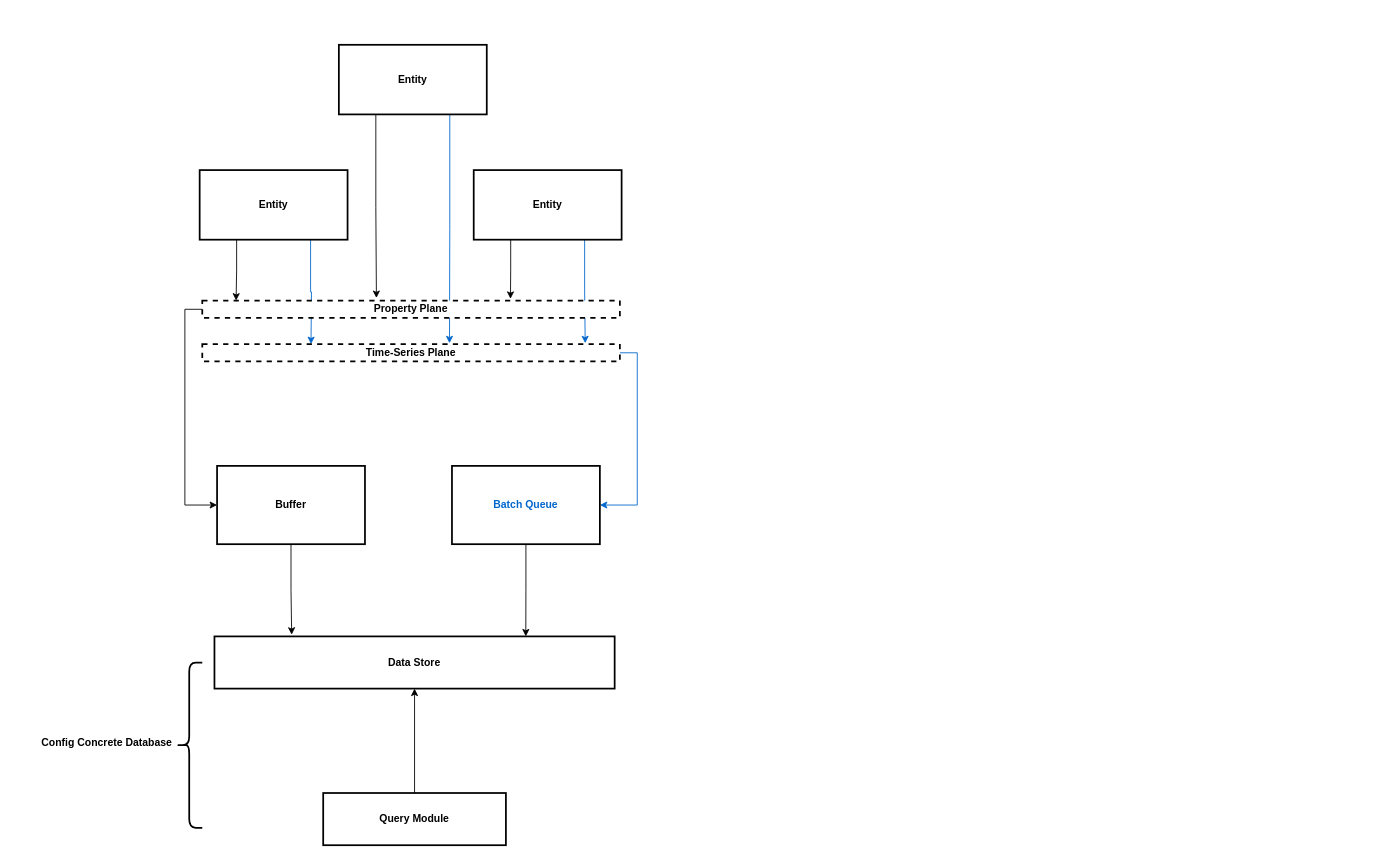
Before: docs/actors/store-and-query.drawio in tkeel-io/core, a draw.io diagram. Source tidied: cells renumbered, new cells numbered last; positions are measured from the earlier drawing's top-left corner, leaving out a move shared by most shapes. Both pictures are drawn from the tidied source at 87%, with x=0, y=0 at pixel (32, 44).
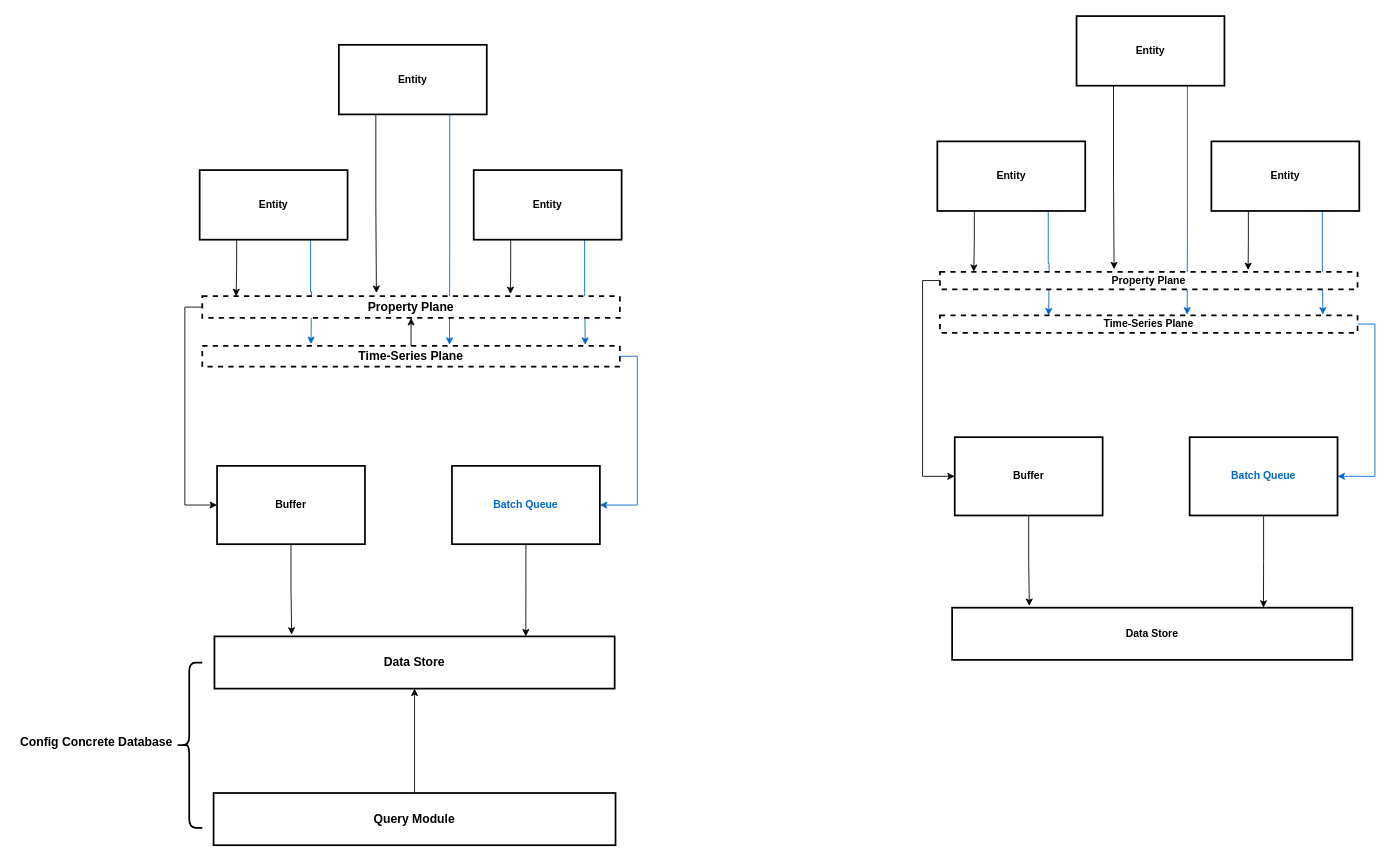
Above is the later version.

The edit, as a diff of the source:
```diff
@@
-    <mxCell id="12" value="&lt;font color=&quot;#000000&quot;&gt;&lt;b&gt;Property Plane&lt;/b&gt;&lt;/font&gt;" style="rounded=0;whiteSpace=wrap;html=1;strokeColor=#000000;strokeWidth=2;fillColor=#FFFFFF;dashed=1;" parent="1" vertex="1">
-      <mxGeometry x="195" y="294" width="480" height="20" as="geometry" />
+    <mxCell id="12" value="&lt;font color=&quot;#000000&quot; size=&quot;1&quot;&gt;&lt;b style=&quot;font-size: 14px&quot;&gt;Property Plane&lt;/b&gt;&lt;/font&gt;" style="rounded=0;whiteSpace=wrap;html=1;strokeColor=#000000;strokeWidth=2;fillColor=#FFFFFF;dashed=1;" parent="1" vertex="1">
+      <mxGeometry x="195" y="289" width="480" height="25" as="geometry" />
     </mxCell>
@@
+    <mxCell id="24" style="edgeStyle=none;html=1;" parent="1" edge="1" source="14" target="12">
+      <mxGeometry relative="1" as="geometry" />
+    </mxCell>
-    <mxCell id="14" value="&lt;span style=&quot;color: rgb(0 , 0 , 0)&quot;&gt;&lt;b&gt;Time-Series Plane&lt;/b&gt;&lt;/span&gt;" style="rounded=0;whiteSpace=wrap;html=1;strokeColor=#000000;strokeWidth=2;fillColor=#FFFFFF;dashed=1;" parent="1" vertex="1">
-      <mxGeometry x="195" y="344" width="480" height="20" as="geometry" />
+    <mxCell id="14" value="&lt;span style=&quot;color: rgb(0 , 0 , 0)&quot;&gt;&lt;b&gt;&lt;font style=&quot;font-size: 14px&quot;&gt;Time-Series Plane&lt;/font&gt;&lt;/b&gt;&lt;/span&gt;" style="rounded=0;whiteSpace=wrap;html=1;strokeColor=#000000;strokeWidth=2;fillColor=#FFFFFF;dashed=1;" parent="1" vertex="1">
+      <mxGeometry x="195" y="346" width="480" height="24" as="geometry" />
     </mxCell>
@@
-    <mxCell id="19" value="&lt;font color=&quot;#000000&quot;&gt;&lt;b&gt;Data Store&lt;/b&gt;&lt;/font&gt;" style="rounded=0;whiteSpace=wrap;html=1;fillColor=#FFFFFF;strokeColor=#000000;strokeWidth=2;" parent="1" vertex="1">
+    <mxCell id="19" value="&lt;font color=&quot;#000000&quot; size=&quot;1&quot;&gt;&lt;b style=&quot;font-size: 14px&quot;&gt;Data Store&lt;/b&gt;&lt;/font&gt;" style="rounded=0;whiteSpace=wrap;html=1;fillColor=#FFFFFF;strokeColor=#000000;strokeWidth=2;" parent="1" vertex="1">
       <mxGeometry x="209" y="680" width="460" height="60" as="geometry" />
     </mxCell>
@@
-    <mxCell id="21" value="&lt;font color=&quot;#000000&quot;&gt;&lt;b&gt;Query Module&lt;/b&gt;&lt;/font&gt;" style="rounded=0;whiteSpace=wrap;html=1;strokeColor=#000000;strokeWidth=2;fillColor=#FFFFFF;" parent="1" vertex="1">
-      <mxGeometry x="334" y="860" width="210" height="60" as="geometry" />
+    <mxCell id="21" value="&lt;font color=&quot;#000000&quot; size=&quot;1&quot;&gt;&lt;b style=&quot;font-size: 14px&quot;&gt;Query Module&lt;/b&gt;&lt;/font&gt;" style="rounded=0;whiteSpace=wrap;html=1;strokeColor=#000000;strokeWidth=2;fillColor=#FFFFFF;" parent="1" vertex="1">
+      <mxGeometry x="208" y="860" width="462" height="60" as="geometry" />
     </mxCell>
@@
-    <mxCell id="23" value="&lt;font color=&quot;#000000&quot;&gt;&lt;b&gt;Config Concrete Database&lt;/b&gt;&lt;/font&gt;" style="text;html=1;align=center;verticalAlign=middle;strokeColor=none;" parent="1" vertex="1">
-      <mxGeometry y="793" width="170" height="20" as="geometry" />
+    <mxCell id="23" value="&lt;font color=&quot;#000000&quot; size=&quot;1&quot;&gt;&lt;b style=&quot;font-size: 14px&quot;&gt;Config Concrete Database&lt;/b&gt;&lt;/font&gt;" style="text;html=1;align=center;verticalAlign=middle;strokeColor=none;" parent="1" vertex="1">
+      <mxGeometry x="-20" y="792" width="185" height="20" as="geometry" />
     </mxCell>
+    <mxCell id="25" style="edgeStyle=orthogonalEdgeStyle;rounded=0;jettySize=auto;html=1;exitX=0.25;exitY=1;exitDx=0;exitDy=0;entryX=0.417;entryY=-0.15;entryDx=0;entryDy=0;entryPerimeter=0;strokeColor=#000000;" parent="1" edge="1" source="27" target="35">
+      <mxGeometry relative="1" as="geometry" />
+    </mxCell>
+    <mxCell id="26" style="edgeStyle=orthogonalEdgeStyle;rounded=0;jettySize=auto;html=1;exitX=0.75;exitY=1;exitDx=0;exitDy=0;entryX=0.592;entryY=-0.05;entryDx=0;entryDy=0;entryPerimeter=0;strokeColor=#0066CC;" parent="1" edge="1" source="27" target="37">
+      <mxGeometry relative="1" as="geometry" />
+    </mxCell>
+    <mxCell id="27" value="&lt;b&gt;&lt;font color=&quot;#000000&quot;&gt;Entity&lt;/font&gt;&lt;/b&gt;" style="rounded=0;whiteSpace=wrap;html=1;fillColor=#FFFFFF;strokeColor=#000000;strokeWidth=2;" parent="1" vertex="1">
+      <mxGeometry x="1199.9" y="-33" width="170" height="80" as="geometry" />
+    </mxCell>
+    <mxCell id="28" style="edgeStyle=orthogonalEdgeStyle;rounded=0;jettySize=auto;html=1;exitX=0.25;exitY=1;exitDx=0;exitDy=0;entryX=0.081;entryY=0;entryDx=0;entryDy=0;entryPerimeter=0;strokeColor=#000000;" parent="1" edge="1" source="30" target="35">
+      <mxGeometry relative="1" as="geometry" />
+    </mxCell>
+    <mxCell id="29" style="edgeStyle=orthogonalEdgeStyle;rounded=0;jettySize=auto;html=1;exitX=0.75;exitY=1;exitDx=0;exitDy=0;strokeColor=#0066CC;" parent="1" edge="1" source="30">
+      <mxGeometry relative="1" as="geometry">
+        <mxPoint x="1167.9" y="311" as="targetPoint" />
+      </mxGeometry>
+    </mxCell>
+    <mxCell id="30" value="&lt;b&gt;&lt;font color=&quot;#000000&quot;&gt;Entity&lt;/font&gt;&lt;/b&gt;" style="rounded=0;whiteSpace=wrap;html=1;fillColor=#FFFFFF;strokeColor=#000000;strokeWidth=2;" parent="1" vertex="1">
+      <mxGeometry x="1039.9" y="111" width="170" height="80" as="geometry" />
+    </mxCell>
+    <mxCell id="31" style="edgeStyle=orthogonalEdgeStyle;rounded=0;jettySize=auto;html=1;exitX=0.25;exitY=1;exitDx=0;exitDy=0;entryX=0.738;entryY=-0.1;entryDx=0;entryDy=0;entryPerimeter=0;strokeColor=#000000;" parent="1" edge="1" source="33" target="35">
+      <mxGeometry relative="1" as="geometry" />
+    </mxCell>
+    <mxCell id="32" style="edgeStyle=orthogonalEdgeStyle;rounded=0;jettySize=auto;html=1;exitX=0.75;exitY=1;exitDx=0;exitDy=0;entryX=0.917;entryY=-0.05;entryDx=0;entryDy=0;entryPerimeter=0;strokeColor=#0066CC;" parent="1" edge="1" source="33" target="37">
+      <mxGeometry relative="1" as="geometry" />
+    </mxCell>
+    <mxCell id="33" value="&lt;b&gt;&lt;font color=&quot;#000000&quot;&gt;Entity&lt;/font&gt;&lt;/b&gt;" style="rounded=0;whiteSpace=wrap;html=1;fillColor=#FFFFFF;strokeColor=#000000;strokeWidth=2;" parent="1" vertex="1">
+      <mxGeometry x="1354.9" y="111" width="170" height="80" as="geometry" />
+    </mxCell>
+    <mxCell id="34" style="edgeStyle=orthogonalEdgeStyle;rounded=0;jettySize=auto;html=1;exitX=0;exitY=0.5;exitDx=0;exitDy=0;entryX=0;entryY=0.5;entryDx=0;entryDy=0;strokeColor=#000000;" parent="1" edge="1" source="35" target="39">
+      <mxGeometry relative="1" as="geometry" />
+    </mxCell>
+    <mxCell id="35" value="&lt;font color=&quot;#000000&quot;&gt;&lt;b&gt;Property Plane&lt;/b&gt;&lt;/font&gt;" style="rounded=0;whiteSpace=wrap;html=1;strokeColor=#000000;strokeWidth=2;fillColor=#FFFFFF;dashed=1;" parent="1" vertex="1">
+      <mxGeometry x="1042.9" y="261" width="480" height="20" as="geometry" />
+    </mxCell>
+    <mxCell id="36" style="edgeStyle=orthogonalEdgeStyle;rounded=0;jettySize=auto;html=1;exitX=1;exitY=0.5;exitDx=0;exitDy=0;entryX=1;entryY=0.5;entryDx=0;entryDy=0;strokeColor=#0066CC;strokeWidth=1;" parent="1" edge="1" source="37" target="41">
+      <mxGeometry relative="1" as="geometry" />
+    </mxCell>
+    <mxCell id="37" value="&lt;span style=&quot;color: rgb(0 , 0 , 0)&quot;&gt;&lt;b&gt;Time-Series Plane&lt;/b&gt;&lt;/span&gt;" style="rounded=0;whiteSpace=wrap;html=1;strokeColor=#000000;strokeWidth=2;fillColor=#FFFFFF;dashed=1;" parent="1" vertex="1">
+      <mxGeometry x="1042.9" y="311" width="480" height="20" as="geometry" />
+    </mxCell>
+    <mxCell id="38" style="edgeStyle=orthogonalEdgeStyle;rounded=0;jettySize=auto;html=1;exitX=0.5;exitY=1;exitDx=0;exitDy=0;entryX=0.193;entryY=-0.033;entryDx=0;entryDy=0;entryPerimeter=0;strokeColor=#000000;" parent="1" edge="1" source="39" target="42">
+      <mxGeometry relative="1" as="geometry" />
+    </mxCell>
+    <mxCell id="39" value="&lt;font color=&quot;#000000&quot;&gt;&lt;b&gt;Buffer&lt;/b&gt;&lt;/font&gt;" style="rounded=0;whiteSpace=wrap;html=1;strokeColor=#000000;strokeWidth=2;fillColor=#FFFFFF;" parent="1" vertex="1">
+      <mxGeometry x="1059.9" y="451" width="170" height="90" as="geometry" />
+    </mxCell>
+    <mxCell id="40" style="edgeStyle=orthogonalEdgeStyle;rounded=0;jettySize=auto;html=1;exitX=0.5;exitY=1;exitDx=0;exitDy=0;entryX=0.778;entryY=0;entryDx=0;entryDy=0;entryPerimeter=0;strokeColor=#000000;" parent="1" edge="1" source="41" target="42">
+      <mxGeometry relative="1" as="geometry" />
+    </mxCell>
+    <mxCell id="41" value="&lt;b&gt;&lt;font color=&quot;#0066cc&quot;&gt;Batch Queue&lt;/font&gt;&lt;/b&gt;" style="rounded=0;whiteSpace=wrap;html=1;strokeColor=#000000;strokeWidth=2;fillColor=#FFFFFF;" parent="1" vertex="1">
+      <mxGeometry x="1329.9" y="451" width="170" height="90" as="geometry" />
+    </mxCell>
+    <mxCell id="42" value="&lt;font color=&quot;#000000&quot;&gt;&lt;b&gt;Data Store&lt;/b&gt;&lt;/font&gt;" style="rounded=0;whiteSpace=wrap;html=1;fillColor=#FFFFFF;strokeColor=#000000;strokeWidth=2;" parent="1" vertex="1">
+      <mxGeometry x="1056.9" y="647" width="460" height="60" as="geometry" />
+    </mxCell>
```
